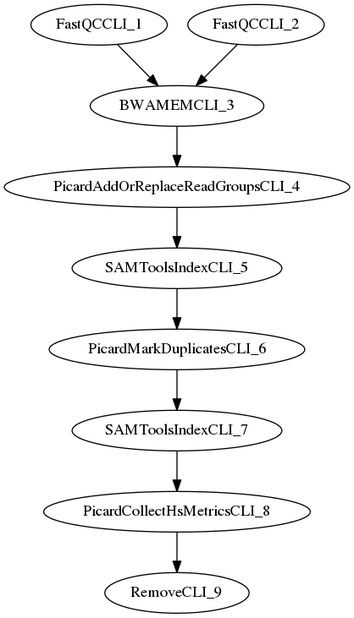
This is src/site/resources/images/workflow.dag.png from jdr0887/MaPSeq-Pipeline-NCNEXUS38-Alignment, a Graphviz export, as it was before one commit. Its source is kept beside it as src/site/resources/images/workflow.dag.dot.
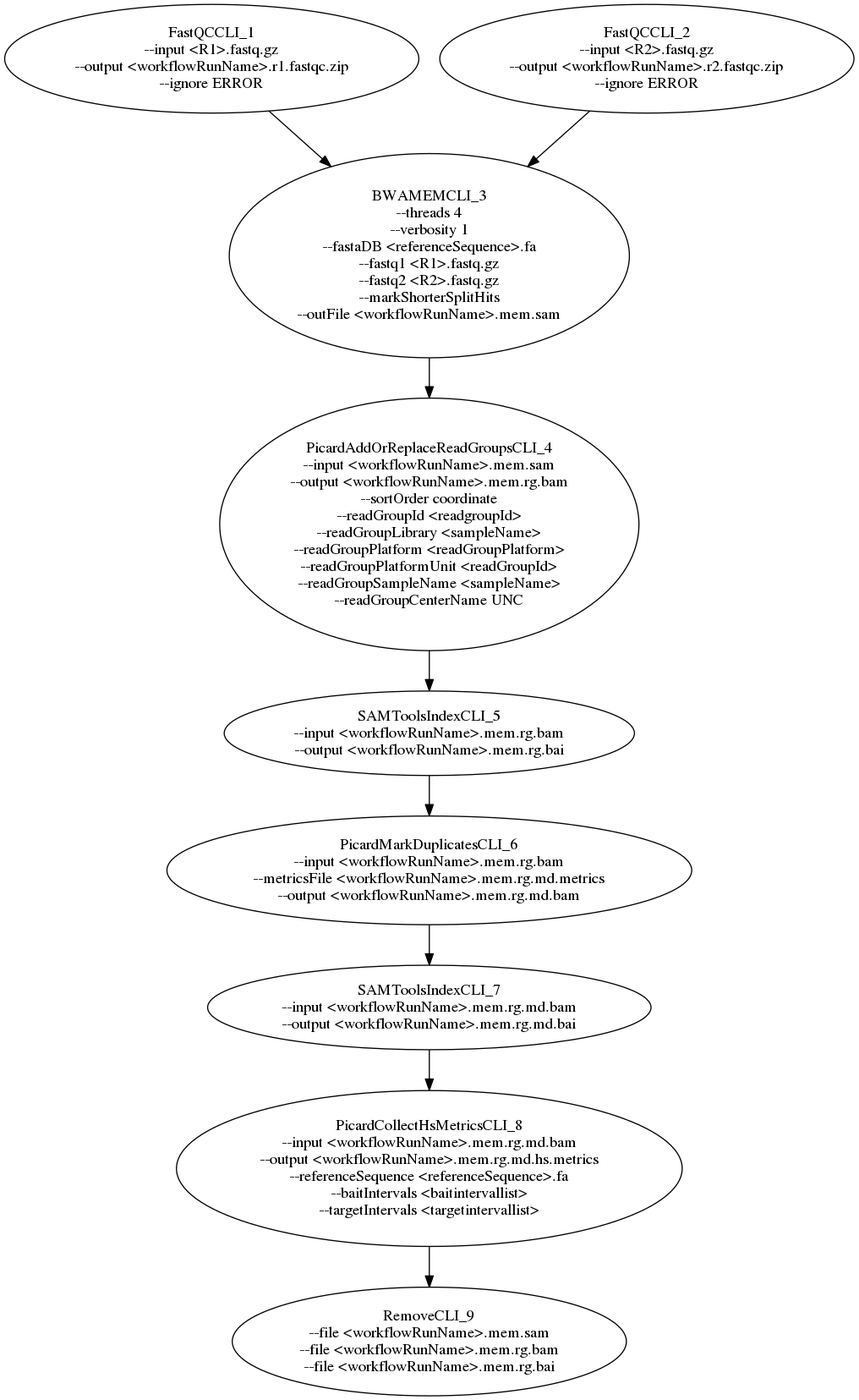
Later version of the same file.

Change to the diagram source:
```diff
@@ -1,13 +1,59 @@
 digraph G {
-  FastQCCLI_1 [ label="FastQCCLI_1" ];
-  FastQCCLI_2 [ label="FastQCCLI_2" ];
-  BWAMEMCLI_3 [ label="BWAMEMCLI_3" ];
-  PicardAddOrReplaceReadGroupsCLI_4 [ label="PicardAddOrReplaceReadGroupsCLI_4" ];
-  SAMToolsIndexCLI_5 [ label="SAMToolsIndexCLI_5" ];
-  PicardMarkDuplicatesCLI_6 [ label="PicardMarkDuplicatesCLI_6" ];
-  SAMToolsIndexCLI_7 [ label="SAMToolsIndexCLI_7" ];
-  PicardCollectHsMetricsCLI_8 [ label="PicardCollectHsMetricsCLI_8" ];
-  RemoveCLI_9 [ label="RemoveCLI_9" ];
+  FastQCCLI_1 [ label="FastQCCLI_1
+--input <R1>.fastq.gz
+--output <workflowRunName>.r1.fastqc.zip
+--ignore ERROR
+" ];
+  FastQCCLI_2 [ label="FastQCCLI_2
+--input <R2>.fastq.gz
+--output <workflowRunName>.r2.fastqc.zip
+--ignore ERROR
+" ];
+  BWAMEMCLI_3 [ label="BWAMEMCLI_3
+--threads 4
+--verbosity 1
+--fastaDB <referenceSequence>.fa
+--fastq1 <R1>.fastq.gz
+--fastq2 <R2>.fastq.gz
+--markShorterSplitHits
+--outFile <workflowRunName>.mem.sam
+" ];
+  PicardAddOrReplaceReadGroupsCLI_4 [ label="PicardAddOrReplaceReadGroupsCLI_4
+--input <workflowRunName>.mem.sam
+--output <workflowRunName>.mem.rg.bam
+--sortOrder coordinate
+--readGroupId <readgroupId>
+--readGroupLibrary <sampleName>
+--readGroupPlatform <readGroupPlatform>
+--readGroupPlatformUnit <readGroupId>
+--readGroupSampleName <sampleName>
+--readGroupCenterName UNC
+" ];
+  SAMToolsIndexCLI_5 [ label="SAMToolsIndexCLI_5
+--input <workflowRunName>.mem.rg.bam
+--output <workflowRunName>.mem.rg.bai
+" ];
+  PicardMarkDuplicatesCLI_6 [ label="PicardMarkDuplicatesCLI_6
+--input <workflowRunName>.mem.rg.bam
+--metricsFile <workflowRunName>.mem.rg.md.metrics
+--output <workflowRunName>.mem.rg.md.bam
+" ];
+  SAMToolsIndexCLI_7 [ label="SAMToolsIndexCLI_7
+--input <workflowRunName>.mem.rg.md.bam
+--output <workflowRunName>.mem.rg.md.bai
+" ];
+  PicardCollectHsMetricsCLI_8 [ label="PicardCollectHsMetricsCLI_8
+--input <workflowRunName>.mem.rg.md.bam
+--output <workflowRunName>.mem.rg.md.hs.metrics
+--referenceSequence <referenceSequence>.fa
+--baitIntervals <baitintervallist>
+--targetIntervals <targetintervallist>
+" ];
+  RemoveCLI_9 [ label="RemoveCLI_9
+--file <workflowRunName>.mem.sam
+--file <workflowRunName>.mem.rg.bam
+--file <workflowRunName>.mem.rg.bai
+" ];
   FastQCCLI_1 -> BWAMEMCLI_3;
   FastQCCLI_2 -> BWAMEMCLI_3;
   BWAMEMCLI_3 -> PicardAddOrReplaceReadGroupsCLI_4;
```
